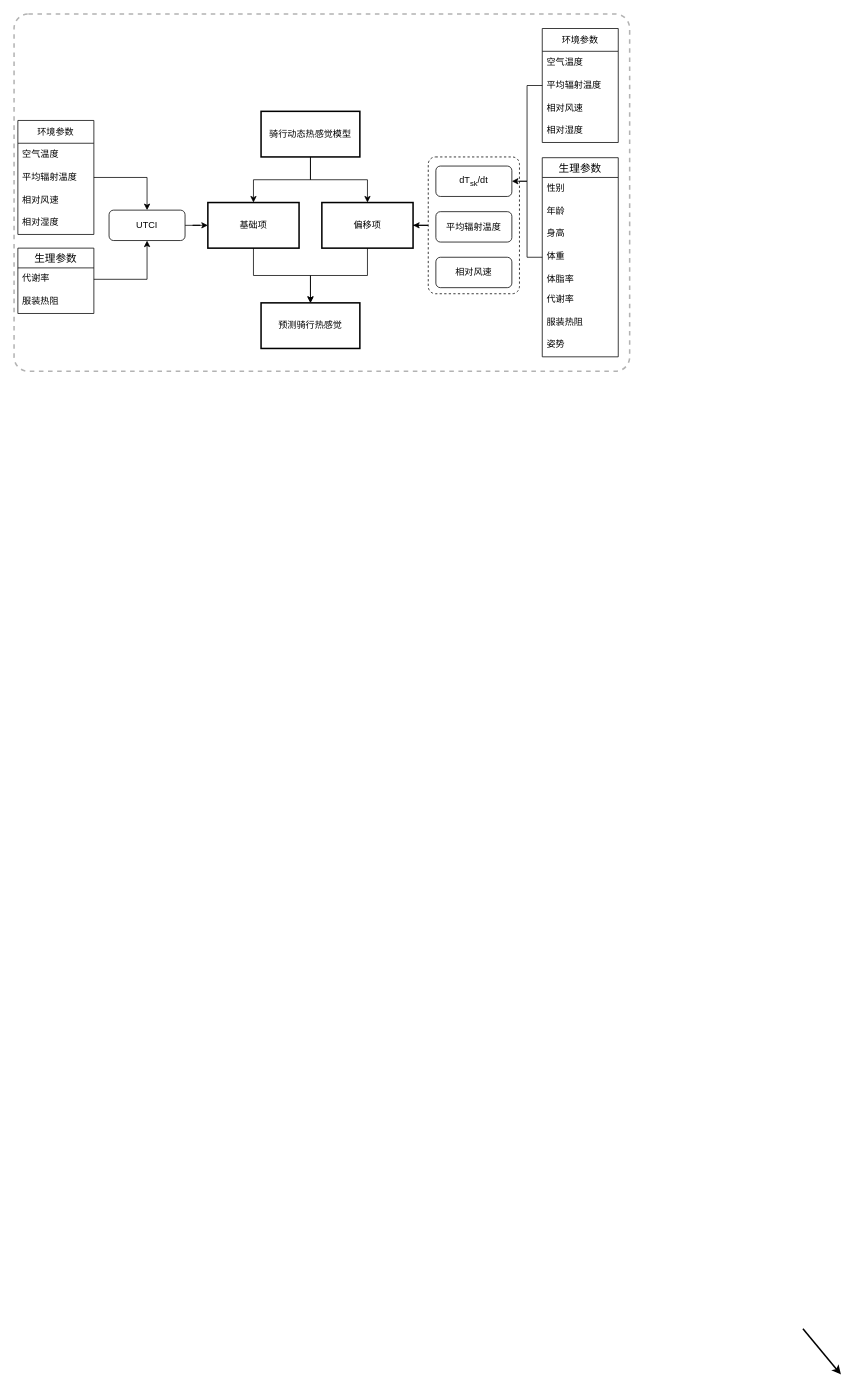
Above: all/双模型耦合框架.drawio in spruceW/iodraw-files (draw.io), before the change. Source tidied: cells renumbered, new cells numbered last; positions are measured from the earlier drawing's top-left corner, leaving out a move shared by most shapes. Both pictures are drawn from the tidied source at 76%, with x=0, y=0 at pixel (14, 14).
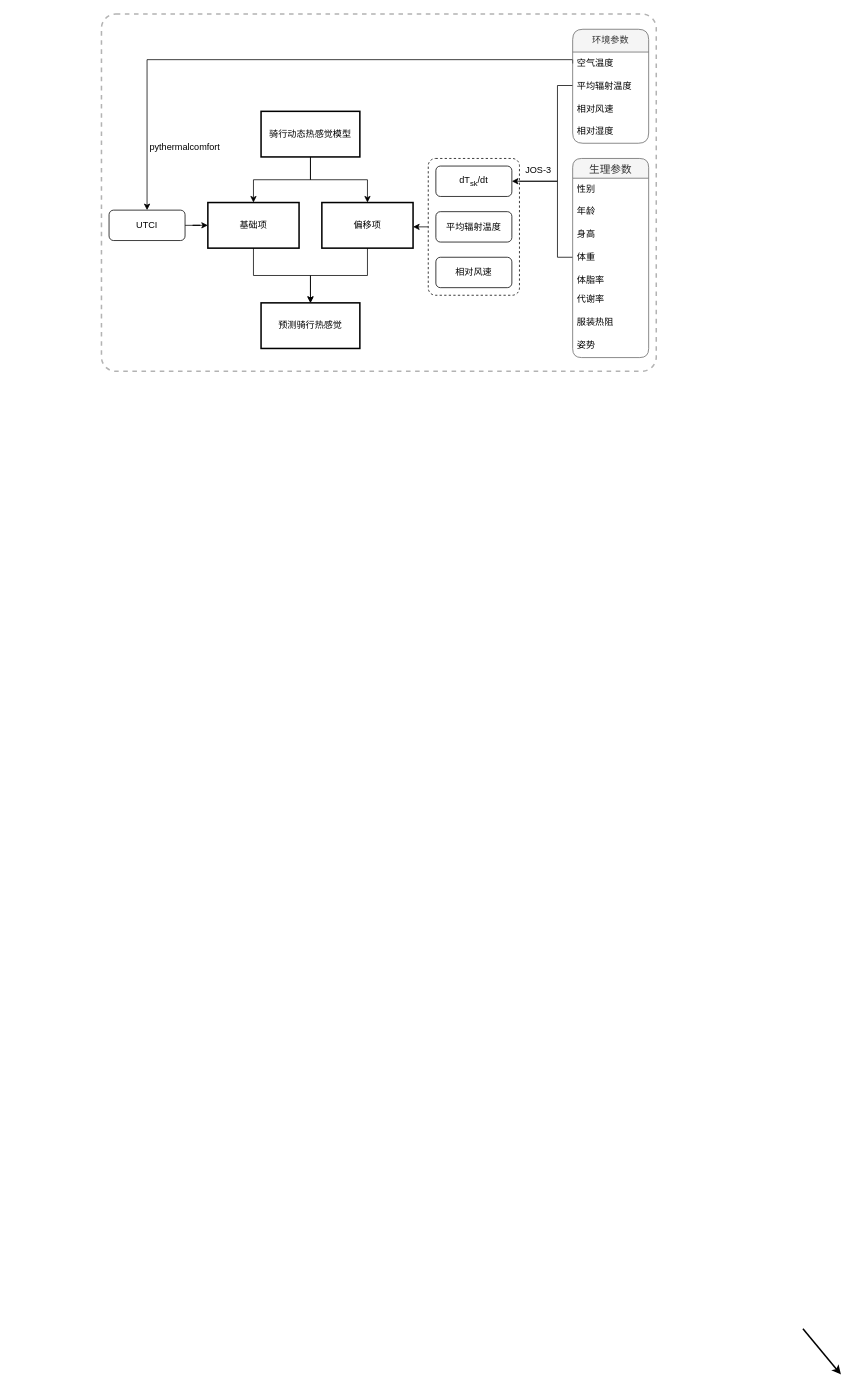
Above is the later version.

Commit message:
更新双模型耦合框架.drawio

The change refers to these unchanged cells:
```xml
<mxCell id="19" value="UTCI" style="rounded=1;whiteSpace=wrap;html=1;" parent="1" vertex="1">
  <mxGeometry x="125" y="258" width="100" height="40" as="geometry" />
</mxCell>
<mxCell id="30" value="偏移项" style="whiteSpace=wrap;strokeWidth=2;fontFamily=Times New Roman;" parent="28" vertex="1">
  <mxGeometry x="150" width="120" height="60" as="geometry" />
</mxCell>
<mxCell id="36" value="空气温度" style="text;strokeColor=none;fillColor=none;align=left;verticalAlign=middle;spacingLeft=4;spacingRight=4;overflow=hidden;points=[[0,0.5],[1,0.5]];portConstraint=eastwest;whiteSpace=wrap;html=1;" parent="35" vertex="1">
  <mxGeometry y="30" width="100" height="30" as="geometry" />
</mxCell>
<mxCell id="53" value="dT&lt;sub&gt;sk&lt;/sub&gt;/dt" style="rounded=1;whiteSpace=wrap;html=1;verticalAlign=middle;" parent="1" vertex="1">
  <mxGeometry x="555" y="200" width="100" height="40" as="geometry" />
</mxCell>
```

Diff of the diagram source:
```diff
@@
     <mxCell id="2" style="edgeStyle=orthogonalEdgeStyle;rounded=0;orthogonalLoop=1;jettySize=auto;html=1;fontFamily=Helvetica;fontSize=12;fontColor=default;entryX=0.5;entryY=1;entryDx=0;entryDy=0;exitX=0.5;exitY=0;exitDx=0;exitDy=0;curved=0;endArrow=none;endFill=0;" parent="1" edge="1">
       <mxGeometry relative="1" as="geometry">
-        <mxPoint x="2235" y="1930" as="sourcePoint" />
+        <mxPoint x="2355" y="1930" as="sourcePoint" />
         <Array as="points">
-          <mxPoint x="2235" y="1910" />
-          <mxPoint x="2065" y="1910" />
+          <mxPoint x="2355" y="1910" />
+          <mxPoint x="2185" y="1910" />
         </Array>
       </mxGeometry>
     </mxCell>
     <mxCell id="3" style="edgeStyle=orthogonalEdgeStyle;rounded=0;orthogonalLoop=1;jettySize=auto;html=1;fontFamily=Helvetica;fontSize=12;fontColor=default;entryX=0.5;entryY=1;entryDx=0;entryDy=0;curved=0;endArrow=none;endFill=0;" parent="1" edge="1">
       <mxGeometry relative="1" as="geometry">
-        <mxPoint x="2235" y="1930" as="sourcePoint" />
+        <mxPoint x="2355" y="1930" as="sourcePoint" />
         <Array as="points">
-          <mxPoint x="2235" y="1910" />
-          <mxPoint x="2405" y="1910" />
+          <mxPoint x="2355" y="1910" />
+          <mxPoint x="2525" y="1910" />
         </Array>
       </mxGeometry>
     </mxCell>
     <mxCell id="4" style="edgeStyle=orthogonalEdgeStyle;rounded=0;orthogonalLoop=1;jettySize=auto;html=1;fontFamily=Helvetica;fontSize=12;fontColor=default;curved=0;endArrow=none;endFill=0;" parent="1" edge="1">
       <mxGeometry relative="1" as="geometry">
-        <mxPoint x="2235" y="1930" as="sourcePoint" />
+        <mxPoint x="2355" y="1930" as="sourcePoint" />
       </mxGeometry>
     </mxCell>
     <mxCell id="5" style="whiteSpace=wrap;strokeWidth=2;verticalAlign=top;rounded=1;dashed=1;rotation=0;arcSize=4;imageHeight=810;absoluteArcSize=0;imageWidth=510;strokeColor=#B3B3B3;fontFamily=Times New Roman;" parent="1" vertex="1">
-      <mxGeometry width="810" height="470" as="geometry" />
+      <mxGeometry x="115" width="730" height="470" as="geometry" />
     </mxCell>
@@
     <mxCell id="10" style="curved=1;startArrow=none;endArrow=block;exitX=1;exitY=0.5;entryX=0;entryY=0.5;rounded=0;strokeWidth=2;fontFamily=Times New Roman;" parent="1" edge="1">
       <mxGeometry relative="1" as="geometry">
-        <mxPoint x="980" y="2250" as="sourcePoint" />
+        <mxPoint x="1100" y="2250" as="sourcePoint" />
       </mxGeometry>
     </mxCell>
     <mxCell id="11" style="curved=1;startArrow=none;endArrow=block;exitX=1;exitY=0.5;entryX=0;entryY=0.5;rounded=0;strokeWidth=2;fontFamily=Times New Roman;" parent="1" edge="1">
       <mxGeometry relative="1" as="geometry">
-        <mxPoint x="1128" y="2250" as="sourcePoint" />
+        <mxPoint x="1248" y="2250" as="sourcePoint" />
       </mxGeometry>
     </mxCell>
     <mxCell id="12" style="curved=1;startArrow=none;endArrow=block;exitX=1;exitY=0.5;entryX=0;entryY=0.5;rounded=0;exitDx=0;exitDy=0;strokeWidth=2;fontFamily=Times New Roman;" parent="1" edge="1">
       <mxGeometry relative="1" as="geometry">
-        <mxPoint x="1275" y="2250" as="sourcePoint" />
+        <mxPoint x="1395" y="2250" as="sourcePoint" />
       </mxGeometry>
     </mxCell>
     <mxCell id="13" style="curved=1;startArrow=none;endArrow=block;exitX=1;exitY=0.5;entryX=0;entryY=0.5;rounded=0;strokeWidth=2;fontFamily=Times New Roman;" parent="1" edge="1">
       <mxGeometry relative="1" as="geometry">
-        <mxPoint x="1423" y="2250" as="sourcePoint" />
+        <mxPoint x="1543" y="2250" as="sourcePoint" />
       </mxGeometry>
     </mxCell>
     <mxCell id="14" style="edgeStyle=orthogonalEdgeStyle;rounded=0;orthogonalLoop=1;jettySize=auto;html=1;" parent="1" edge="1">
       <mxGeometry relative="1" as="geometry">
-        <mxPoint x="2782.9" y="1895" as="targetPoint" />
+        <mxPoint x="2902.9" y="1895" as="targetPoint" />
       </mxGeometry>
     </mxCell>
     <mxCell id="15" style="edgeStyle=orthogonalEdgeStyle;rounded=0;orthogonalLoop=1;jettySize=auto;html=1;strokeColor=#808080;strokeWidth=2;fontFamily=Times New Roman;" parent="1" edge="1">
       <mxGeometry relative="1" as="geometry">
-        <mxPoint x="1855" y="2400" as="targetPoint" />
+        <mxPoint x="1975" y="2400" as="targetPoint" />
       </mxGeometry>
     </mxCell>
     <mxCell id="16" style="edgeStyle=orthogonalEdgeStyle;rounded=0;orthogonalLoop=1;jettySize=auto;html=1;fontFamily=Times New Roman;fontSize=12;fontColor=default;exitX=1;exitY=0.25;exitDx=0;exitDy=0;entryX=0;entryY=0.25;entryDx=0;entryDy=0;strokeWidth=2;" parent="1" edge="1">
       <mxGeometry relative="1" as="geometry">
-        <mxPoint x="1298" y="1737.5" as="sourcePoint" />
+        <mxPoint x="1418" y="1737.5" as="sourcePoint" />
       </mxGeometry>
     </mxCell>
@@
-    <mxCell id="20" value="环境参数" style="swimlane;fontStyle=0;horizontal=1;startSize=30;whiteSpace=wrap;html=1;" parent="1" vertex="1">
-      <mxGeometry x="5" y="140" width="100" height="150" as="geometry" />
-    </mxCell>
-    <mxCell id="21" value="空气温度" style="text;strokeColor=none;fillColor=none;align=left;verticalAlign=middle;spacingLeft=4;spacingRight=4;overflow=hidden;whiteSpace=wrap;html=1;" parent="20" vertex="1">
-      <mxGeometry y="30" width="100" height="30" as="geometry" />
-    </mxCell>
-    <mxCell id="22" value="平均辐射温度" style="text;strokeColor=none;fillColor=none;align=left;verticalAlign=middle;spacingLeft=4;spacingRight=4;overflow=hidden;points=[[0,0.5],[1,0.5]];portConstraint=eastwest;whiteSpace=wrap;html=1;" parent="20" vertex="1">
-      <mxGeometry y="60" width="100" height="30" as="geometry" />
-    </mxCell>
-    <mxCell id="23" value="相对风速" style="text;strokeColor=none;fillColor=none;align=left;verticalAlign=middle;spacingLeft=4;spacingRight=4;overflow=hidden;whiteSpace=wrap;html=1;" parent="20" vertex="1">
-      <mxGeometry y="90" width="100" height="30" as="geometry" />
-    </mxCell>
-    <mxCell id="24" value="相对湿度" style="text;strokeColor=none;fillColor=none;spacingLeft=4;spacingRight=4;overflow=hidden;fontSize=12;whiteSpace=wrap;html=1;" parent="20" vertex="1">
-      <mxGeometry y="120" width="100" height="30" as="geometry" />
-    </mxCell>
-    <mxCell id="25" value="生理参数" style="swimlane;fontStyle=0;horizontal=1;startSize=26;align=center;fontSize=14;" parent="1" vertex="1">
-      <mxGeometry x="5" y="308" width="100" height="86" as="geometry" />
-    </mxCell>
-    <mxCell id="26" value="代谢率" style="text;strokeColor=none;fillColor=none;spacingLeft=4;spacingRight=4;overflow=hidden;points=[[0,0.5],[1,0.5]];portConstraint=eastwest;fontSize=12;whiteSpace=wrap;html=1;" parent="25" vertex="1">
-      <mxGeometry y="26" width="100" height="30" as="geometry" />
-    </mxCell>
-    <mxCell id="27" value="服装热阻" style="text;strokeColor=none;fillColor=none;spacingLeft=4;spacingRight=4;overflow=hidden;fontSize=12;whiteSpace=wrap;html=1;" parent="25" vertex="1">
-      <mxGeometry y="56" width="100" height="30" as="geometry" />
-    </mxCell>
@@
-    <mxCell id="31" style="edgeStyle=orthogonalEdgeStyle;rounded=0;jettySize=auto;html=1;entryX=0.5;entryY=0;entryDx=0;entryDy=0;" parent="1" edge="1" source="22" target="19">
-      <mxGeometry relative="1" as="geometry" />
+    <mxCell id="31" style="edgeStyle=orthogonalEdgeStyle;rounded=0;jettySize=auto;html=1;entryX=0.5;entryY=0;entryDx=0;entryDy=0;exitX=0;exitY=0.5;exitDx=0;exitDy=0;" parent="1" edge="1" source="36" target="19">
+      <mxGeometry relative="1" as="geometry">
+        <Array as="points">
+          <mxPoint x="735" y="60" />
+          <mxPoint x="175" y="60" />
+        </Array>
+      </mxGeometry>
     </mxCell>
@@
     <mxCell id="34" style="edgeStyle=orthogonalEdgeStyle;rounded=0;jettySize=auto;html=1;entryX=1;entryY=0.5;entryDx=0;entryDy=0;" parent="1" edge="1" source="35" target="53">
-      <mxGeometry relative="1" as="geometry" />
+      <mxGeometry relative="1" as="geometry">
+        <Array as="points">
+          <mxPoint x="715" y="94" />
+          <mxPoint x="715" y="220" />
+        </Array>
+      </mxGeometry>
     </mxCell>
-    <mxCell id="35" value="环境参数" style="swimlane;fontStyle=0;horizontal=1;startSize=30;whiteSpace=wrap;html=1;" parent="1" vertex="1">
-      <mxGeometry x="695" y="19" width="100" height="150" as="geometry" />
+    <mxCell id="35" value="环境参数" style="swimlane;fontStyle=0;horizontal=1;startSize=30;whiteSpace=wrap;html=1;fillColor=#f5f5f5;strokeColor=#666666;fontColor=#333333;rounded=1;" parent="1" vertex="1">
+      <mxGeometry x="735" y="20" width="100" height="150" as="geometry" />
     </mxCell>
@@
-    <mxCell id="40" style="edgeStyle=orthogonalEdgeStyle;rounded=0;jettySize=auto;html=1;entryX=1;entryY=0.5;entryDx=0;entryDy=0;" parent="1" edge="1" source="41" target="30">
+    <mxCell id="40" style="edgeStyle=orthogonalEdgeStyle;rounded=0;jettySize=auto;html=1;entryX=1.004;entryY=0.54;entryDx=0;entryDy=0;entryPerimeter=0;" parent="1" edge="1" source="41" target="30">
       <mxGeometry relative="1" as="geometry" />
     </mxCell>
     <mxCell id="41" style="rounded=1;whiteSpace=wrap;html=1;dashed=1;arcSize=8;" parent="1" vertex="1">
-      <mxGeometry x="545" y="188" width="120" height="180" as="geometry" />
+      <mxGeometry x="545" y="190" width="120" height="180" as="geometry" />
     </mxCell>
     <mxCell id="42" style="edgeStyle=orthogonalEdgeStyle;rounded=0;jettySize=auto;html=1;entryX=1;entryY=0.5;entryDx=0;entryDy=0;" parent="1" edge="1" source="43" target="53">
-      <mxGeometry relative="1" as="geometry" />
+      <mxGeometry relative="1" as="geometry">
+        <Array as="points">
+          <mxPoint x="715" y="320" />
+          <mxPoint x="715" y="220" />
+        </Array>
+      </mxGeometry>
     </mxCell>
-    <mxCell id="43" value="生理参数" style="swimlane;fontStyle=0;horizontal=1;startSize=26;align=center;fontSize=14;" parent="1" vertex="1">
-      <mxGeometry x="695" y="189" width="100" height="262" as="geometry" />
+    <mxCell id="43" value="生理参数" style="swimlane;fontStyle=0;horizontal=1;startSize=26;align=center;fontSize=14;fillColor=#f5f5f5;strokeColor=#666666;fontColor=#333333;rounded=1;" parent="1" vertex="1">
+      <mxGeometry x="735" y="190" width="100" height="262" as="geometry" />
     </mxCell>
@@
-    <mxCell id="52" style="edgeStyle=orthogonalEdgeStyle;rounded=0;jettySize=auto;html=1;entryX=0.5;entryY=1;entryDx=0;entryDy=0;" parent="1" edge="1" source="26" target="19">
-      <mxGeometry relative="1" as="geometry" />
-    </mxCell>
@@
+    <mxCell id="56" value="pythermalcomfort" style="text;html=1;whiteSpace=wrap;strokeColor=none;fillColor=none;align=center;verticalAlign=middle;rounded=0;" parent="1" vertex="1">
+      <mxGeometry x="195" y="160" width="60" height="30" as="geometry" />
+    </mxCell>
+    <mxCell id="57" value="JOS-3" style="text;html=1;whiteSpace=wrap;strokeColor=none;fillColor=none;align=center;verticalAlign=middle;rounded=0;" parent="1" vertex="1">
+      <mxGeometry x="660" y="190" width="60" height="30" as="geometry" />
+    </mxCell>
```
